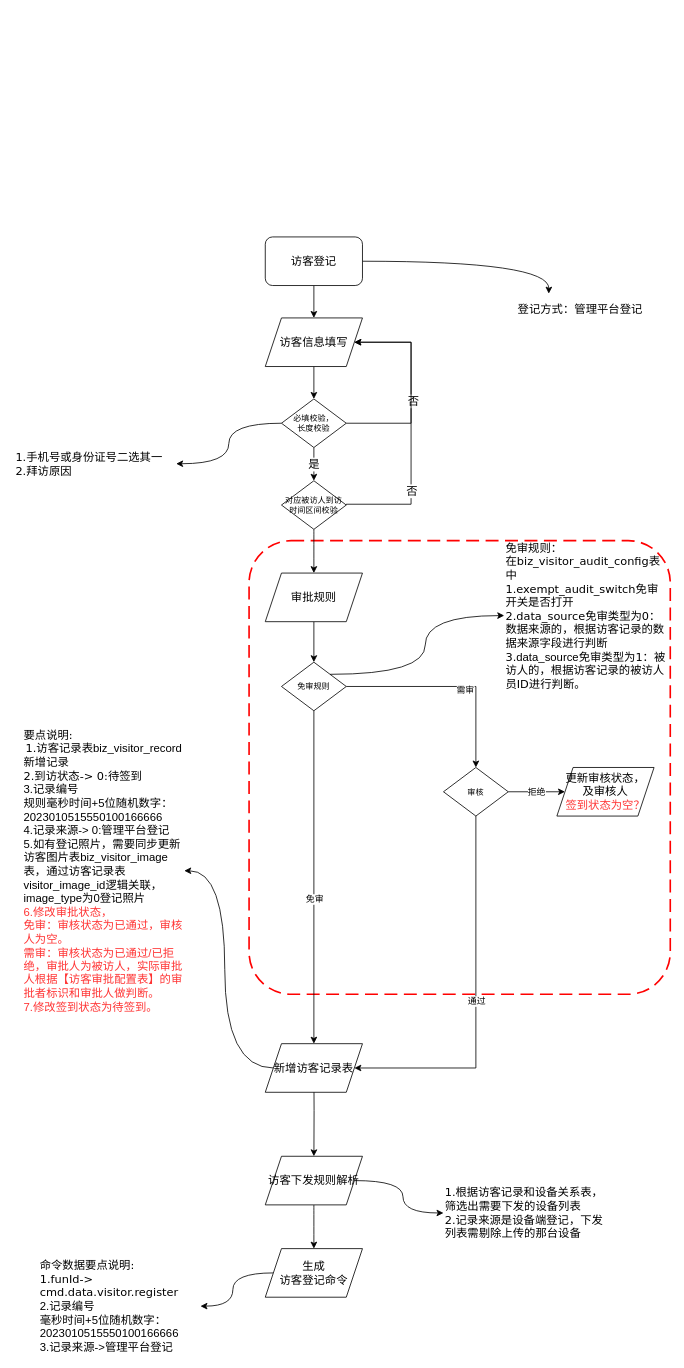
chwnjianhui/draw.io keeps this draw.io diagram as page "访客登记细化-小程序登记" (3 of 12) of 访客迭代3.7.1-平台和小程序和设备交互流程.drawio. Above is the earlier version. Source tidied: cells renumbered, new cells numbered last; positions are measured from the earlier drawing's top-left corner, leaving out a move shared by most shapes. Both pictures are drawn from the tidied source at 81%, with x=0, y=0 at pixel (14, 237).
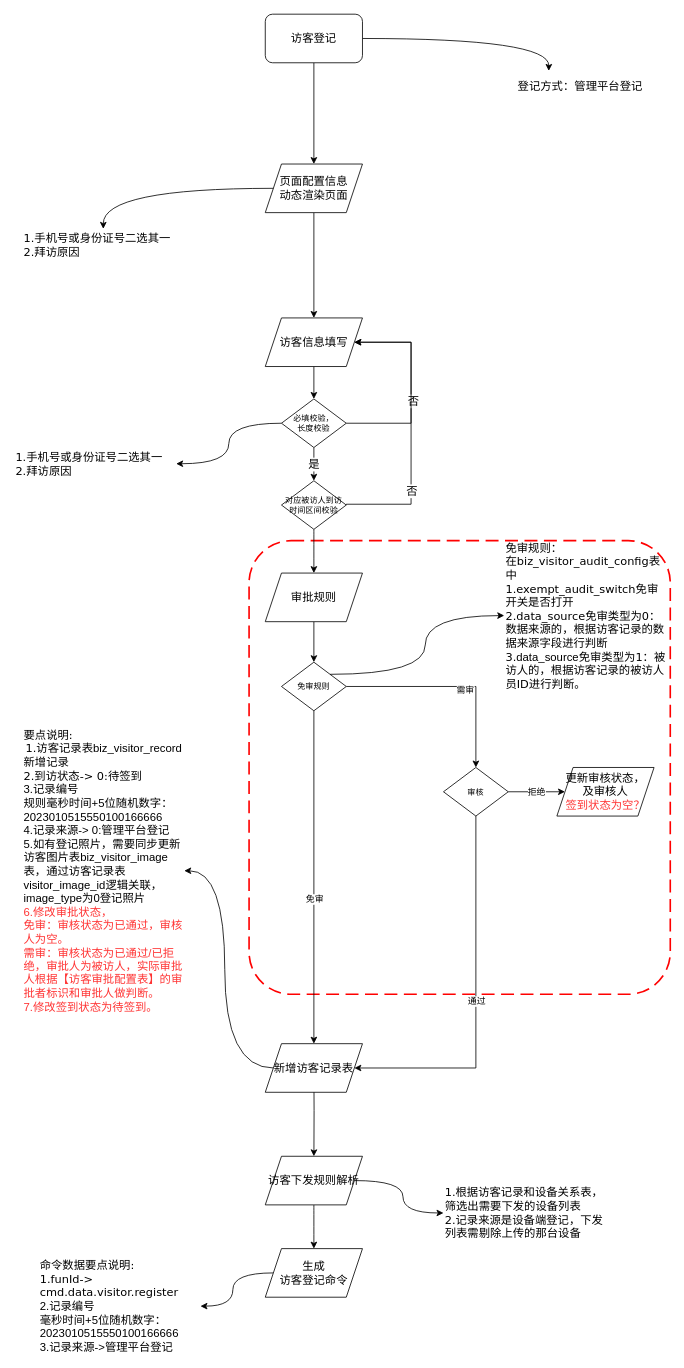
Above is the later version.

Commit message:
更新访客迭代3.7.1-平台和小程序和设备交互流程.drawio

The change refers to these unchanged cells:
```xml
<mxCell id="12" value="访客信息填写" style="shape=parallelogram;perimeter=parallelogramPerimeter;whiteSpace=wrap;html=1;fixedSize=1;fontSize=14;fillColor=#FFFFFF;" parent="1" vertex="1">
  <mxGeometry x="310" y="100" width="120" height="60" as="geometry" />
</mxCell>
```

The edit, as a diff of the source:
```diff
@@
-    <mxCell id="4" style="edgeStyle=orthogonalEdgeStyle;rounded=0;jettySize=auto;html=1;fontSize=16;" parent="1" edge="1" source="6" target="12">
-      <mxGeometry relative="1" as="geometry" />
-    </mxCell>
     <mxCell id="5" style="edgeStyle=orthogonalEdgeStyle;curved=1;rounded=0;jettySize=auto;html=1;exitX=1;exitY=0.5;exitDx=0;exitDy=0;fontSize=14;" parent="1" edge="1" source="6">
       <mxGeometry relative="1" as="geometry">
-        <mxPoint x="660" y="70" as="targetPoint" />
+        <mxPoint x="660" y="-205" as="targetPoint" />
       </mxGeometry>
     </mxCell>
+    <mxCell id="44" style="edgeStyle=orthogonalEdgeStyle;rounded=0;jettySize=auto;html=1;exitX=0.5;exitY=1;exitDx=0;exitDy=0;" parent="1" edge="1" source="6" target="46">
+      <mxGeometry relative="1" as="geometry" />
+    </mxCell>
     <mxCell id="6" value="访客登记" style="rounded=1;whiteSpace=wrap;html=1;fontSize=14;fillColor=#FFFFFF;" parent="1" vertex="1">
-      <mxGeometry x="310" width="120" height="60" as="geometry" />
+      <mxGeometry x="310" y="-275" width="120" height="60" as="geometry" />
     </mxCell>
@@
     <mxCell id="27" value="&lt;span style=&quot;font-family: Verdana; font-size: 14px;&quot;&gt;登记方式：管理平台登记&lt;br style=&quot;font-size: 14px;&quot;&gt;&lt;/span&gt;" style="text;html=1;strokeColor=none;fillColor=none;align=left;verticalAlign=middle;whiteSpace=wrap;rounded=0;fontSize=14;" parent="1" vertex="1">
-      <mxGeometry x="620" y="69" width="170" height="40" as="geometry" />
+      <mxGeometry x="620" y="-206" width="170" height="40" as="geometry" />
     </mxCell>
@@
+    <mxCell id="45" style="edgeStyle=orthogonalEdgeStyle;rounded=0;jettySize=auto;html=1;exitX=0.5;exitY=1;exitDx=0;exitDy=0;entryX=0.5;entryY=0;entryDx=0;entryDy=0;" parent="1" edge="1" source="46" target="12">
+      <mxGeometry relative="1" as="geometry" />
+    </mxCell>
+    <mxCell id="46" value="页面配置信息&lt;br&gt;动态渲染页面" style="shape=parallelogram;perimeter=parallelogramPerimeter;whiteSpace=wrap;html=1;fixedSize=1;fontSize=14;fillColor=#FFFFFF;" parent="1" vertex="1">
+      <mxGeometry x="310" y="-90" width="120" height="60" as="geometry" />
+    </mxCell>
+    <mxCell id="47" value="&lt;span style=&quot;font-family: Verdana; font-size: 14px;&quot;&gt;1.手机号&lt;/span&gt;&lt;span style=&quot;font-family: Verdana; font-size: 14px;&quot;&gt;或身份证号二选其一&lt;br style=&quot;font-size: 14px;&quot;&gt;2.拜访原因&lt;br style=&quot;font-size: 14px;&quot;&gt;&lt;/span&gt;" style="text;html=1;strokeColor=none;fillColor=none;align=left;verticalAlign=middle;whiteSpace=wrap;rounded=0;fontSize=14;" parent="1" vertex="1">
+      <mxGeometry x="10" y="-10" width="200" height="40" as="geometry" />
+    </mxCell>
+    <mxCell id="48" style="edgeStyle=orthogonalEdgeStyle;curved=1;rounded=0;jettySize=auto;html=1;exitX=0;exitY=0.5;exitDx=0;exitDy=0;fontSize=14;" parent="1" edge="1" source="46" target="47">
+      <mxGeometry relative="1" as="geometry" />
+    </mxCell>
```
